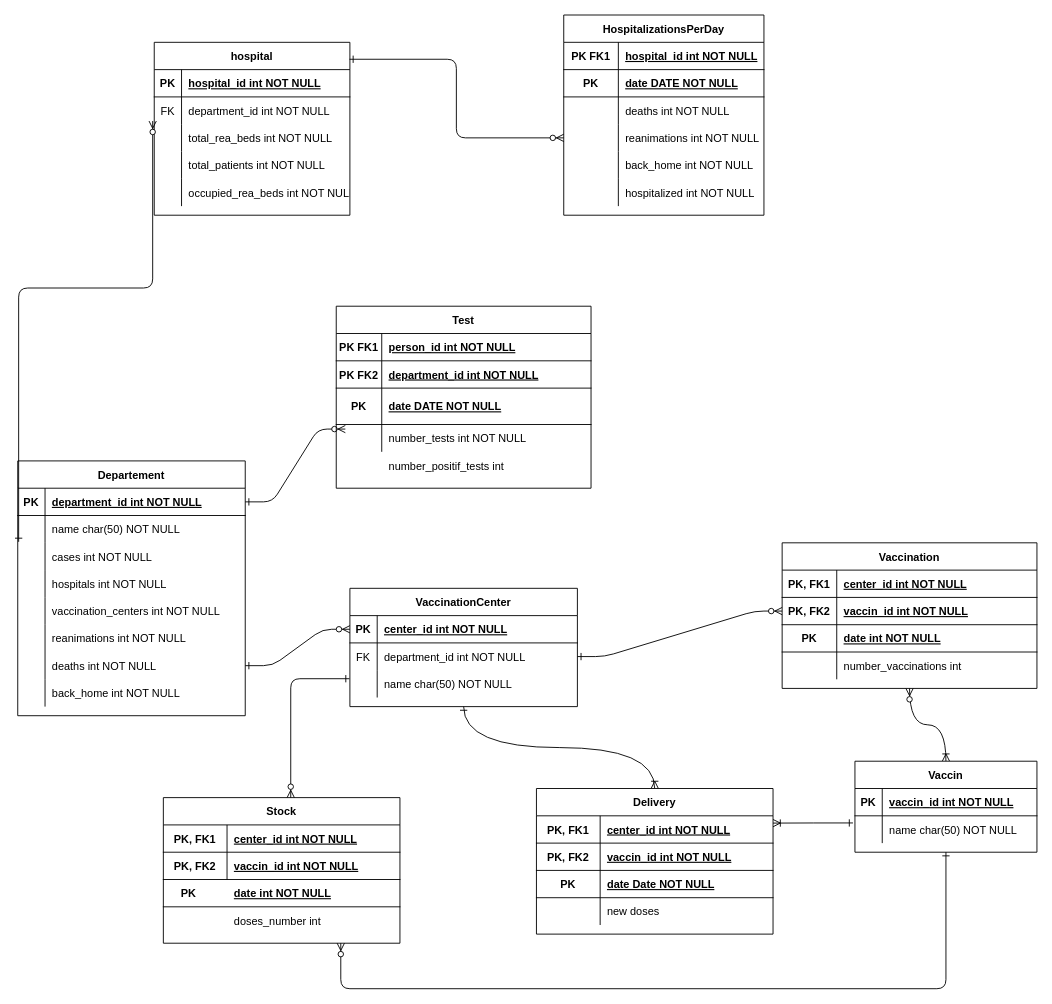
Above: bda/projet.drawio in elhadjhamlaoui/bda (draw.io), before the change. Source tidied: cells renumbered, new cells numbered last; positions are measured from the earlier drawing's top-left corner, leaving out a move shared by most shapes. Both pictures are drawn from the tidied source at 91%, with x=0, y=0 at pixel (-28, 15).
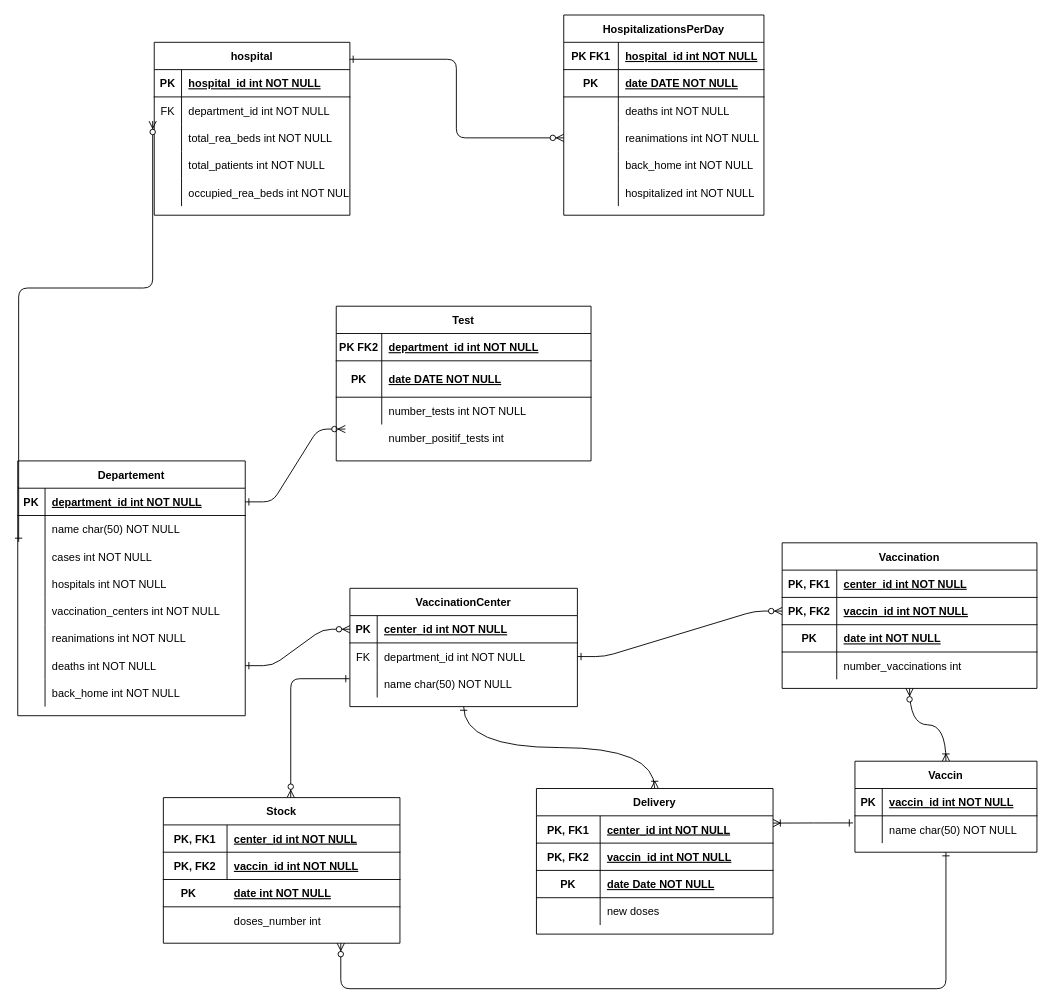
After the change.

Diff of the diagram source:
```diff
@@
     <mxCell id="3" value="Test" style="shape=table;startSize=30;childLayout=tableLayout;rowLines=0;fontStyle=1;align=center;" parent="1" vertex="1">
-      <mxGeometry x="400" y="320" width="280" height="200" as="geometry" />
+      <mxGeometry x="400" y="320" width="280" height="170" as="geometry" />
     </mxCell>
-    <mxCell id="4" style="shape=partialRectangle;fillColor=none;top=0;left=0;right=0;bottom=1;" parent="3" vertex="1">
-      <mxGeometry y="30" width="280" height="30" as="geometry" />
-    </mxCell>
-    <mxCell id="5" value="PK FK1" style="shape=partialRectangle;overflow=hidden;fillColor=none;top=0;left=0;bottom=0;right=0;fontStyle=1;" parent="4" vertex="1">
-      <mxGeometry width="50" height="30" as="geometry" />
-    </mxCell>
-    <mxCell id="6" value="person_id int NOT NULL " style="shape=partialRectangle;overflow=hidden;fillColor=none;top=0;left=0;bottom=0;right=0;align=left;spacingLeft=6;fontStyle=5;" parent="4" vertex="1">
-      <mxGeometry x="50" width="230" height="30" as="geometry" />
-    </mxCell>
     <mxCell id="7" style="shape=partialRectangle;fillColor=none;top=0;left=0;bottom=1;right=0;" parent="3" vertex="1">
-      <mxGeometry y="60" width="280" height="30" as="geometry" />
+      <mxGeometry y="30" width="280" height="30" as="geometry" />
     </mxCell>
@@
     <mxCell id="10" style="shape=partialRectangle;fillColor=none;top=0;left=0;bottom=1;right=0;" parent="3" vertex="1">
-      <mxGeometry y="90" width="280" height="40" as="geometry" />
+      <mxGeometry y="60" width="280" height="40" as="geometry" />
     </mxCell>
@@
     <mxCell id="13" style="shape=partialRectangle;fillColor=none;top=0;left=0;right=0;bottom=0;" parent="3" vertex="1">
-      <mxGeometry y="130" width="280" height="30" as="geometry" />
+      <mxGeometry y="100" width="280" height="30" as="geometry" />
     </mxCell>
@@
     <mxCell id="135" style="shape=partialRectangle;fillColor=none;top=0;left=0;right=0;bottom=0;" parent="1" vertex="1">
-      <mxGeometry x="400" y="480" width="280" height="30" as="geometry" />
+      <mxGeometry x="400" y="450" width="280" height="30" as="geometry" />
     </mxCell>
```
